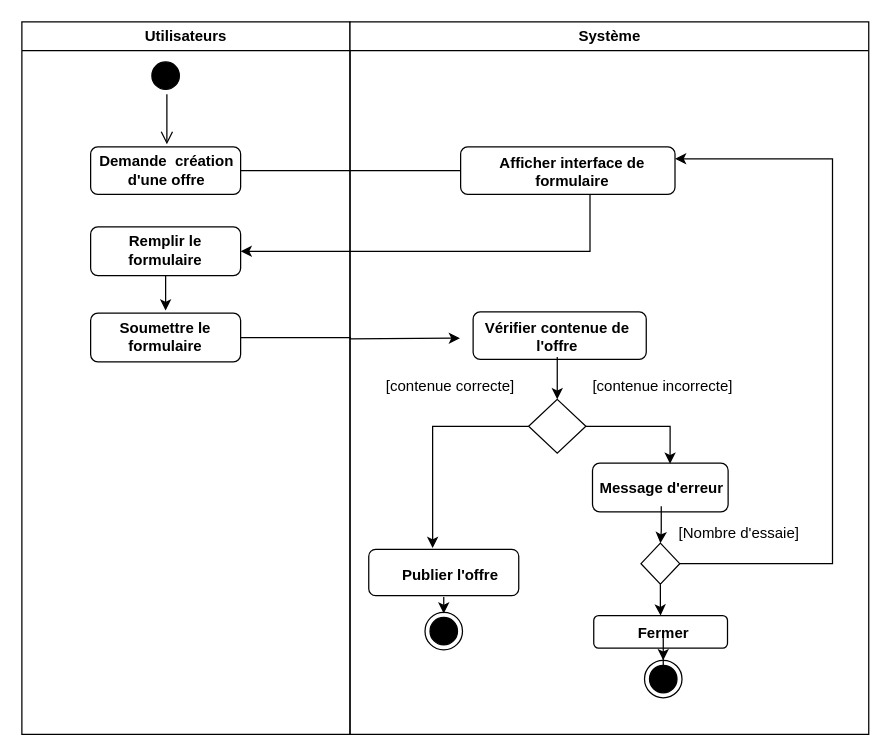
This is ACTIVITE5.drawio from louis-fresnel99/TpGasaL1, a draw.io file, before an edit. Source tidied: cells renumbered, new cells numbered last; positions are measured from the earlier drawing's top-left corner, leaving out a move shared by most shapes. Both pictures are drawn from the tidied source at 125%, with x=0, y=0 at pixel (21, 21).
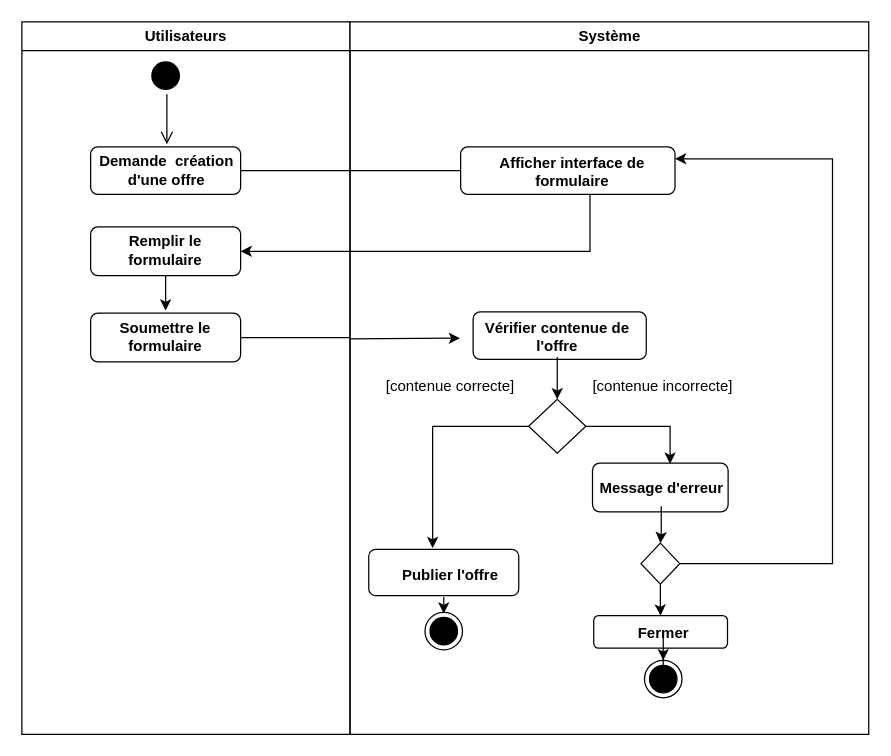
The same page after the edit.

Commit message (it also covers changes not shown here):
Mettre à jour ACTIVITE5.drawio

The change refers to these unchanged cells:
```xml
<mxCell id="14" value="Système" style="swimlane;whiteSpace=wrap;" parent="1" vertex="1">
  <mxGeometry x="262.5" width="415" height="570" as="geometry" />
</mxCell>
```

What changed in the source:
```diff
@@
-    <mxCell id="33" value="[Nombre d'essaie]" style="text;html=1;align=center;verticalAlign=middle;whiteSpace=wrap;rounded=0;" parent="14" vertex="1">
-      <mxGeometry x="249" y="395" width="124" height="27" as="geometry" />
-    </mxCell>
```
